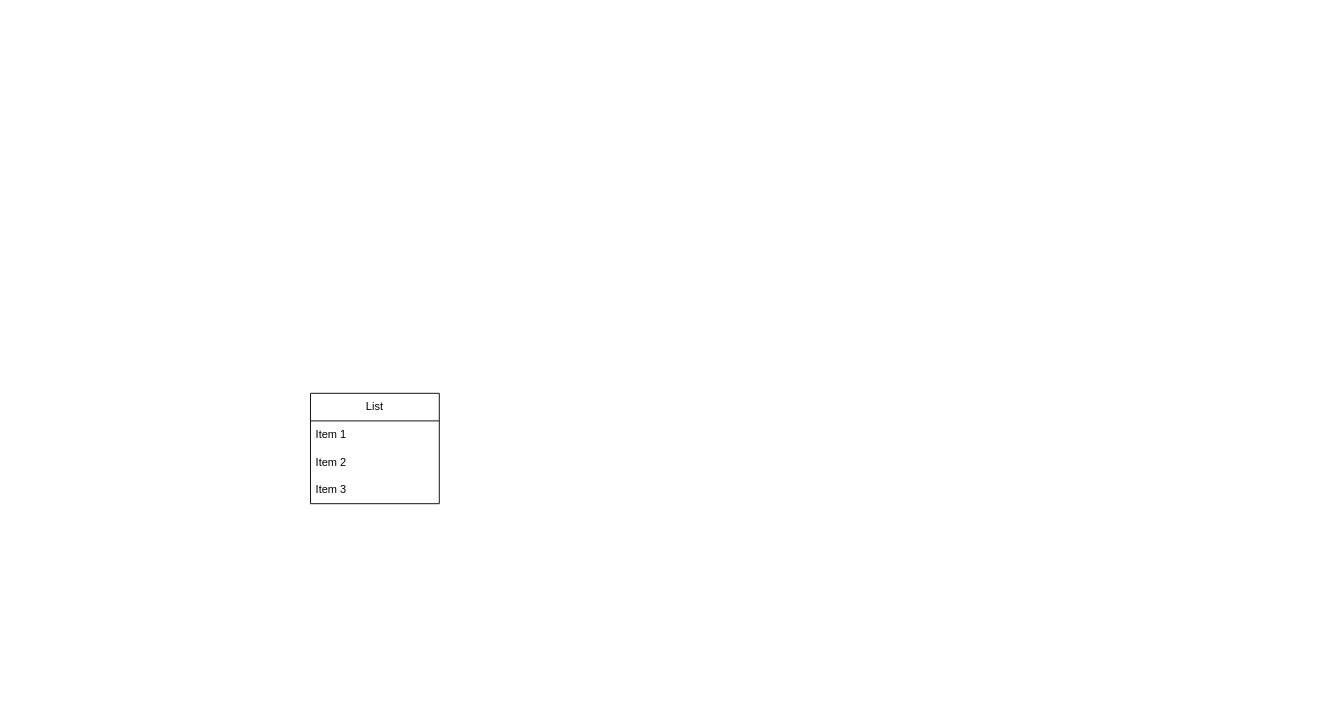
The draw.io diagram Diagrama sin título.drawio in danielhdezller/node-express-assets, before the edit. Source tidied: cells renumbered, new cells numbered last; positions are measured from the earlier drawing's top-left corner, leaving out a move shared by most shapes. Both pictures are drawn from the tidied source at 92%, with x=0, y=0 at pixel (310, 393). Pictures stored in the file or linked from it are replaced by grey dashed boxes.
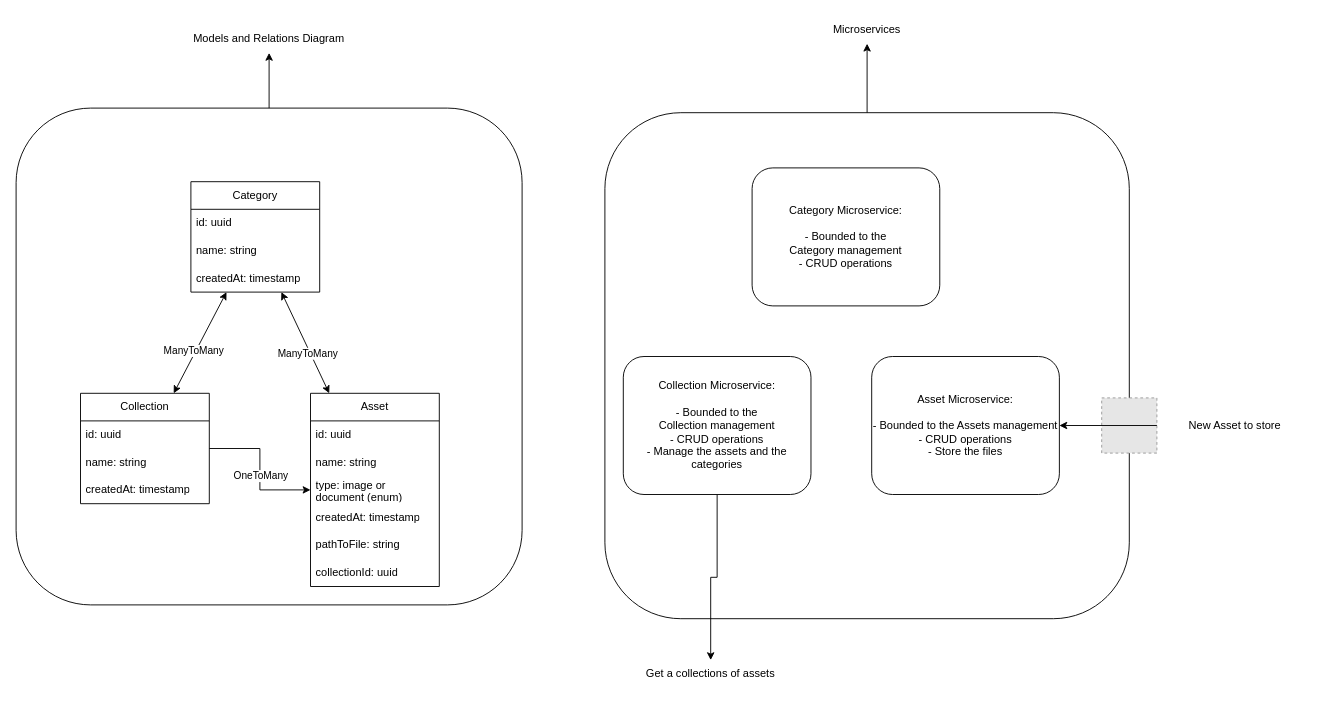
Above is the later version.

Diff of the diagram source:
```diff
@@
+    <mxCell id="6" style="rounded=1;whiteSpace=wrap;html=1;align=left;" parent="1" vertex="1">
+      <mxGeometry x="-320" y="-310" width="550" height="540" as="geometry" />
+    </mxCell>
-    <mxCell id="2" value="List" style="swimlane;fontStyle=0;horizontal=1;startSize=30;whiteSpace=wrap;html=1;" parent="1" vertex="1">
-      <mxGeometry width="140" height="120" as="geometry" />
+    <mxCell id="2" value="Asset" style="swimlane;fontStyle=0;horizontal=1;startSize=30;whiteSpace=wrap;html=1;" parent="1" vertex="1">
+      <mxGeometry width="140" height="210" as="geometry" />
     </mxCell>
-    <mxCell id="3" value="Item 1" style="text;strokeColor=none;fillColor=none;align=left;verticalAlign=middle;spacingLeft=4;spacingRight=4;overflow=hidden;whiteSpace=wrap;html=1;" parent="2" vertex="1">
+    <mxCell id="3" value="id: uuid" style="text;strokeColor=none;fillColor=none;align=left;verticalAlign=middle;spacingLeft=4;spacingRight=4;overflow=hidden;whiteSpace=wrap;html=1;" parent="2" vertex="1">
       <mxGeometry y="30" width="140" height="30" as="geometry" />
     </mxCell>
-    <mxCell id="4" value="Item 2" style="text;strokeColor=none;fillColor=none;align=left;verticalAlign=middle;spacingLeft=4;spacingRight=4;overflow=hidden;whiteSpace=wrap;html=1;" parent="2" vertex="1">
+    <mxCell id="4" value="name: string" style="text;strokeColor=none;fillColor=none;align=left;verticalAlign=middle;spacingLeft=4;spacingRight=4;overflow=hidden;whiteSpace=wrap;html=1;" parent="2" vertex="1">
       <mxGeometry y="60" width="140" height="30" as="geometry" />
     </mxCell>
-    <mxCell id="5" value="Item 3" style="text;strokeColor=none;fillColor=none;align=left;verticalAlign=middle;spacingLeft=4;spacingRight=4;overflow=hidden;whiteSpace=wrap;html=1;" parent="2" vertex="1">
+    <mxCell id="5" value="type: image or document (enum)" style="text;strokeColor=none;fillColor=none;align=left;verticalAlign=middle;spacingLeft=4;spacingRight=4;overflow=hidden;whiteSpace=wrap;html=1;" parent="2" vertex="1">
       <mxGeometry y="90" width="140" height="30" as="geometry" />
     </mxCell>
+    <mxCell id="7" value="createdAt: timestamp" style="text;strokeColor=none;fillColor=none;align=left;verticalAlign=middle;spacingLeft=4;spacingRight=4;overflow=hidden;whiteSpace=wrap;html=1;" parent="2" vertex="1">
+      <mxGeometry y="120" width="140" height="30" as="geometry" />
+    </mxCell>
+    <mxCell id="8" value="pathToFile: string" style="text;strokeColor=none;fillColor=none;align=left;verticalAlign=middle;spacingLeft=4;spacingRight=4;overflow=hidden;whiteSpace=wrap;html=1;" parent="2" vertex="1">
+      <mxGeometry y="150" width="140" height="30" as="geometry" />
+    </mxCell>
+    <mxCell id="9" value="collectionId: uuid" style="text;strokeColor=none;fillColor=none;align=left;verticalAlign=middle;spacingLeft=4;spacingRight=4;overflow=hidden;whiteSpace=wrap;html=1;" parent="2" vertex="1">
+      <mxGeometry y="180" width="140" height="30" as="geometry" />
+    </mxCell>
+    <mxCell id="10" value="Category" style="swimlane;fontStyle=0;horizontal=1;startSize=30;whiteSpace=wrap;html=1;" parent="1" vertex="1">
+      <mxGeometry x="-130" y="-230" width="140" height="120" as="geometry" />
+    </mxCell>
+    <mxCell id="11" value="id: uuid" style="text;strokeColor=none;fillColor=none;align=left;verticalAlign=middle;spacingLeft=4;spacingRight=4;overflow=hidden;whiteSpace=wrap;html=1;" parent="10" vertex="1">
+      <mxGeometry y="30" width="140" height="30" as="geometry" />
+    </mxCell>
+    <mxCell id="12" value="name: string" style="text;strokeColor=none;fillColor=none;align=left;verticalAlign=middle;spacingLeft=4;spacingRight=4;overflow=hidden;whiteSpace=wrap;html=1;" parent="10" vertex="1">
+      <mxGeometry y="60" width="140" height="30" as="geometry" />
+    </mxCell>
+    <mxCell id="13" value="createdAt: timestamp" style="text;strokeColor=none;fillColor=none;align=left;verticalAlign=middle;spacingLeft=4;spacingRight=4;overflow=hidden;whiteSpace=wrap;html=1;" parent="10" vertex="1">
+      <mxGeometry y="90" width="140" height="30" as="geometry" />
+    </mxCell>
+    <mxCell id="14" style="edgeStyle=orthogonalEdgeStyle;rounded=0;jettySize=auto;html=1;" parent="1" edge="1" source="16" target="2">
+      <mxGeometry relative="1" as="geometry" />
+    </mxCell>
+    <mxCell id="15" value="OneToMany" style="edgeLabel;html=1;align=center;verticalAlign=middle;" parent="14" vertex="1">
+      <mxGeometry x="0.08" relative="1" as="geometry" />
+    </mxCell>
+    <mxCell id="16" value="Collection" style="swimlane;fontStyle=0;horizontal=1;startSize=30;whiteSpace=wrap;html=1;" parent="1" vertex="1">
+      <mxGeometry x="-250" width="140" height="120" as="geometry" />
+    </mxCell>
+    <mxCell id="17" value="id: uuid" style="text;strokeColor=none;fillColor=none;align=left;verticalAlign=middle;spacingLeft=4;spacingRight=4;overflow=hidden;whiteSpace=wrap;html=1;" parent="16" vertex="1">
+      <mxGeometry y="30" width="140" height="30" as="geometry" />
+    </mxCell>
+    <mxCell id="18" value="name: string" style="text;strokeColor=none;fillColor=none;align=left;verticalAlign=middle;spacingLeft=4;spacingRight=4;overflow=hidden;whiteSpace=wrap;html=1;" parent="16" vertex="1">
+      <mxGeometry y="60" width="140" height="30" as="geometry" />
+    </mxCell>
+    <mxCell id="19" value="createdAt: timestamp" style="text;strokeColor=none;fillColor=none;align=left;verticalAlign=middle;spacingLeft=4;spacingRight=4;overflow=hidden;whiteSpace=wrap;html=1;" parent="16" vertex="1">
+      <mxGeometry y="90" width="140" height="30" as="geometry" />
+    </mxCell>
+    <mxCell id="20" style="endArrow=classic;startArrow=classic;html=1;rounded=0;" parent="1" edge="1" source="2" target="10">
+      <mxGeometry relative="1" as="geometry" />
+    </mxCell>
+    <mxCell id="21" value="ManyToMany" style="edgeLabel;html=1;align=center;verticalAlign=middle;" parent="20" vertex="1">
+      <mxGeometry x="-0.17" y="3" relative="1" as="geometry" />
+    </mxCell>
+    <mxCell id="22" style="endArrow=classic;startArrow=classic;html=1;rounded=0;" parent="1" edge="1" source="16" target="10">
+      <mxGeometry relative="1" as="geometry" />
+    </mxCell>
+    <mxCell id="23" value="ManyToMany" style="edgeLabel;html=1;align=center;verticalAlign=middle;" parent="22" vertex="1">
+      <mxGeometry x="-0.17" y="3" relative="1" as="geometry" />
+    </mxCell>
+    <mxCell id="24" value="Models and Relations Diagram" style="text;html=1;strokeColor=none;fillColor=none;align=center;verticalAlign=middle;whiteSpace=wrap;rounded=0;" parent="1" vertex="1">
+      <mxGeometry x="-130" y="-400" width="170" height="30" as="geometry" />
+    </mxCell>
+    <mxCell id="25" style="endArrow=classic;html=1;rounded=0;exitX=0.5;exitY=0;exitDx=0;exitDy=0;entryX=0.5;entryY=1;entryDx=0;entryDy=0;" parent="1" edge="1" source="6" target="24">
+      <mxGeometry relative="1" as="geometry" />
+    </mxCell>
+    <mxCell id="26" style="rounded=1;whiteSpace=wrap;html=1;align=left;" parent="1" vertex="1">
+      <mxGeometry x="320" y="-305" width="570" height="550" as="geometry" />
+    </mxCell>
+    <mxCell id="27" value="Microservices" style="text;html=1;strokeColor=none;fillColor=none;align=center;verticalAlign=middle;whiteSpace=wrap;rounded=0;" parent="1" vertex="1">
+      <mxGeometry x="520" y="-410" width="170" height="30" as="geometry" />
+    </mxCell>
+    <mxCell id="28" style="endArrow=classic;html=1;rounded=0;exitX=0.5;exitY=0;exitDx=0;exitDy=0;entryX=0.5;entryY=1;entryDx=0;entryDy=0;" parent="1" edge="1" source="26" target="27">
+      <mxGeometry relative="1" as="geometry" />
+    </mxCell>
+    <mxCell id="29" value="Category Microservice:&lt;br&gt;&lt;br style=&quot;border-color: var(--border-color);&quot;&gt;- Bounded to the Category&amp;nbsp;management&lt;br&gt;- CRUD operations&lt;br&gt;&lt;div style=&quot;text-align: justify;&quot;&gt;&lt;/div&gt;" style="rounded=1;whiteSpace=wrap;html=1;" parent="1" vertex="1">
+      <mxGeometry x="480" y="-245" width="204" height="150" as="geometry" />
+    </mxCell>
+    <mxCell id="30" style="edgeStyle=orthogonalEdgeStyle;rounded=0;jettySize=auto;html=1;exitX=0.5;exitY=1;exitDx=0;exitDy=0;entryX=0.5;entryY=0;entryDx=0;entryDy=0;" parent="1" edge="1" source="31" target="36">
+      <mxGeometry relative="1" as="geometry" />
+    </mxCell>
+    <mxCell id="31" value="Collection Microservice:&lt;br&gt;&lt;br style=&quot;border-color: var(--border-color);&quot;&gt;- Bounded to the Collection&amp;nbsp;management&lt;br&gt;- CRUD operations&lt;br&gt;- Manage the assets and the categories" style="rounded=1;whiteSpace=wrap;html=1;" parent="1" vertex="1">
+      <mxGeometry x="340" y="-40" width="204" height="150" as="geometry" />
+    </mxCell>
+    <mxCell id="32" value="Asset Microservice:&lt;br&gt;&lt;br&gt;- Bounded to the Assets management&lt;br&gt;- CRUD operations&lt;br&gt;- Store the files" style="rounded=1;whiteSpace=wrap;html=1;" parent="1" vertex="1">
+      <mxGeometry x="610" y="-40" width="204" height="150" as="geometry" />
+    </mxCell>
+    <mxCell id="33" style="fillColor=#E6E6E6;strokeColor=#999999;dashed=1;verticalLabelPosition=bottom;labelBackgroundColor=default;verticalAlign=top;" parent="1" vertex="1">
+      <mxGeometry x="860" y="5" width="60" height="60" as="geometry" />
+    </mxCell>
+    <mxCell id="34" style="endArrow=classic;html=1;rounded=0;entryX=1;entryY=0.5;entryDx=0;entryDy=0;" parent="1" edge="1" source="35" target="32">
+      <mxGeometry relative="1" as="geometry" />
+    </mxCell>
+    <mxCell id="35" value="New Asset to store" style="text;html=1;strokeColor=none;fillColor=none;align=center;verticalAlign=middle;whiteSpace=wrap;rounded=0;" parent="1" vertex="1">
+      <mxGeometry x="920" y="20" width="170" height="30" as="geometry" />
+    </mxCell>
+    <mxCell id="36" value="Get a collections of assets" style="text;html=1;strokeColor=none;fillColor=none;align=center;verticalAlign=middle;whiteSpace=wrap;rounded=0;" parent="1" vertex="1">
+      <mxGeometry x="350" y="290" width="170" height="30" as="geometry" />
+    </mxCell>
```
